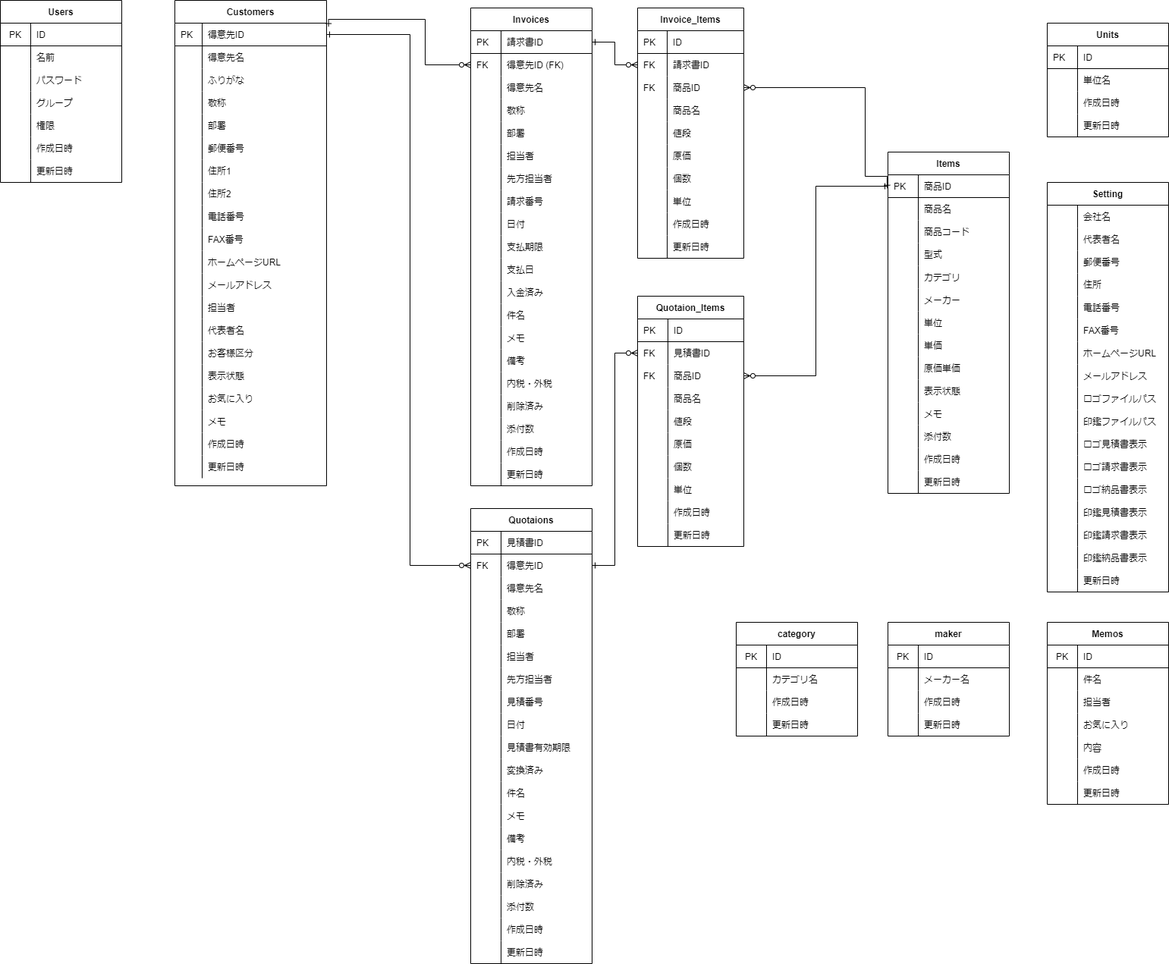
Above: soho_er.png in gamasenninn/caddie-clone (draw.io), before the change. Source tidied: cells renumbered, new cells last; positions are measured from the earlier drawing's top-left corner, leaving out a move shared by most shapes.
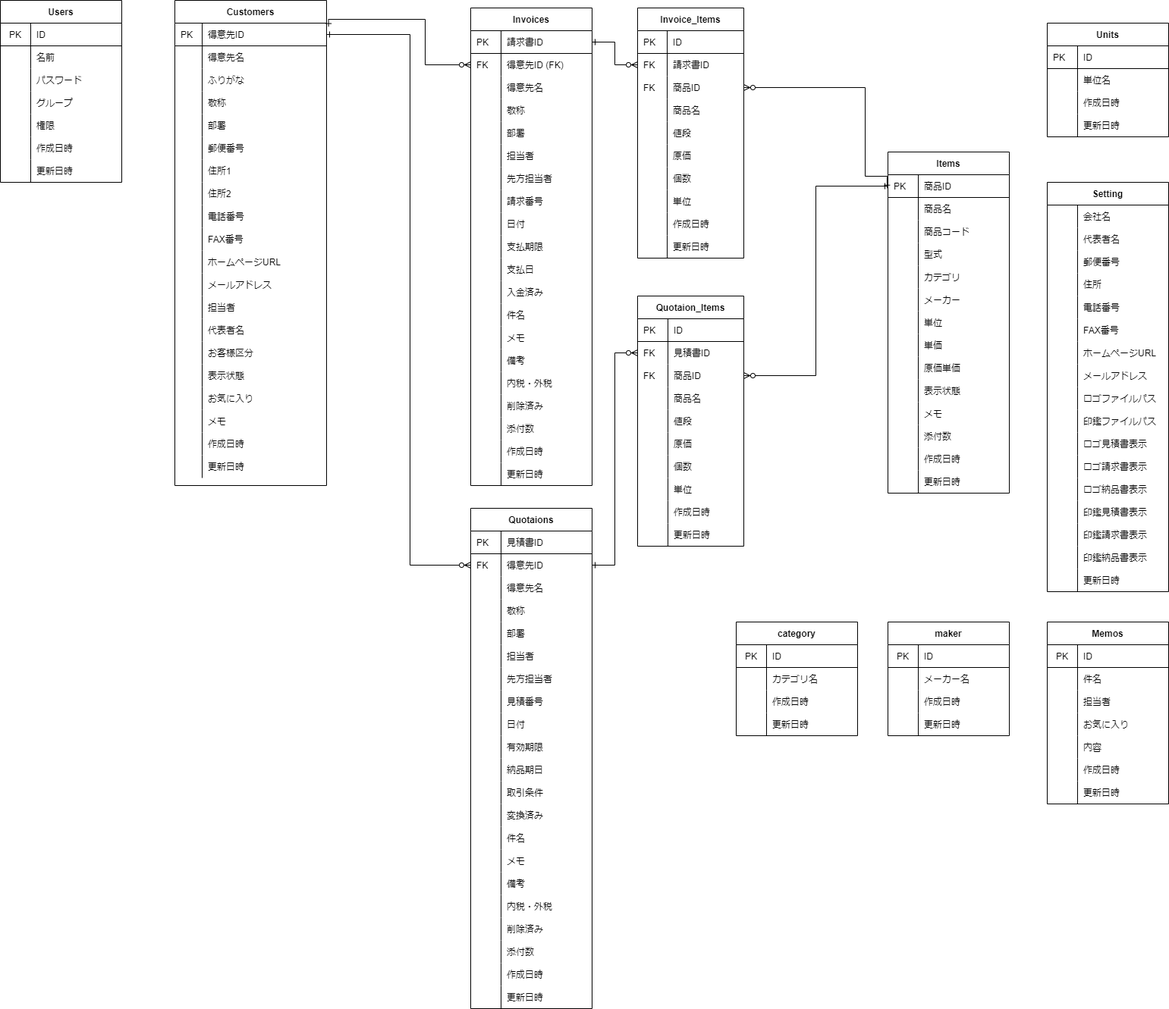
Later version of the same file.

The edit, as a diff of the source:
```diff
@@ -591,7 +591,7 @@
       <mxGeometry x="39" width="101" height="30" as="geometry" />
     </mxCell>
     <mxCell id="198" value="Quotaions" style="shape=table;startSize=30;rowLines=0;fontStyle=1;align=center;" parent="1" vertex="1">
-      <mxGeometry x="620" y="670" width="160" height="600" as="geometry" />
+      <mxGeometry x="620" y="670" width="160" height="660" as="geometry" />
     </mxCell>
     <mxCell id="199" style="shape=partialRectangle;html=1;whiteSpace=wrap;fillColor=none;top=0;left=0;bottom=1;right=0;" parent="198" vertex="1">
       <mxGeometry y="30" width="160" height="30" as="geometry" />
@@ -680,11 +680,29 @@
     <mxCell id="227" style="shape=partialRectangle;html=1;whiteSpace=wrap;fillColor=none;top=0;left=0;bottom=0;right=0;align=left;spacingLeft=6;overflow=hidden;" parent="226" vertex="1">
       <mxGeometry width="40" height="30" as="geometry" />
     </mxCell>
-    <mxCell id="228" value="見積書有効期限" style="shape=partialRectangle;html=1;whiteSpace=wrap;fillColor=none;top=0;left=0;bottom=0;right=0;align=left;spacingLeft=6;overflow=hidden;" parent="226" vertex="1">
+    <mxCell id="228" value="有効期限" style="shape=partialRectangle;html=1;whiteSpace=wrap;fillColor=none;top=0;left=0;bottom=0;right=0;align=left;spacingLeft=6;overflow=hidden;" parent="226" vertex="1">
       <mxGeometry x="40" width="120" height="30" as="geometry" />
     </mxCell>
+    <mxCell id="428" style="shape=partialRectangle;html=1;whiteSpace=wrap;fillColor=none;top=0;left=0;bottom=0;right=0;" parent="198" vertex="1">
+      <mxGeometry y="330" width="160" height="30" as="geometry" />
+    </mxCell>
+    <mxCell id="429" style="shape=partialRectangle;html=1;whiteSpace=wrap;fillColor=none;top=0;left=0;bottom=0;right=0;align=left;spacingLeft=6;overflow=hidden;" parent="428" vertex="1">
+      <mxGeometry width="40" height="30" as="geometry" />
+    </mxCell>
+    <mxCell id="430" value="納品期日" style="shape=partialRectangle;html=1;whiteSpace=wrap;fillColor=none;top=0;left=0;bottom=0;right=0;align=left;spacingLeft=6;overflow=hidden;" parent="428" vertex="1">
+      <mxGeometry x="40" width="120" height="30" as="geometry" />
+    </mxCell>
+    <mxCell id="431" style="shape=partialRectangle;html=1;whiteSpace=wrap;fillColor=none;top=0;left=0;bottom=0;right=0;" parent="198" vertex="1">
+      <mxGeometry y="360" width="160" height="30" as="geometry" />
+    </mxCell>
+    <mxCell id="432" style="shape=partialRectangle;html=1;whiteSpace=wrap;fillColor=none;top=0;left=0;bottom=0;right=0;align=left;spacingLeft=6;overflow=hidden;" parent="431" vertex="1">
+      <mxGeometry width="40" height="30" as="geometry" />
+    </mxCell>
+    <mxCell id="433" value="取引条件" style="shape=partialRectangle;html=1;whiteSpace=wrap;fillColor=none;top=0;left=0;bottom=0;right=0;align=left;spacingLeft=6;overflow=hidden;" parent="431" vertex="1">
+      <mxGeometry x="40" width="120" height="30" as="geometry" />
+    </mxCell>
     <mxCell id="229" style="shape=partialRectangle;html=1;whiteSpace=wrap;fillColor=none;top=0;left=0;bottom=0;right=0;" parent="198" vertex="1">
-      <mxGeometry y="330" width="160" height="30" as="geometry" />
+      <mxGeometry y="390" width="160" height="30" as="geometry" />
     </mxCell>
     <mxCell id="230" style="shape=partialRectangle;html=1;whiteSpace=wrap;fillColor=none;top=0;left=0;bottom=0;right=0;align=left;spacingLeft=6;overflow=hidden;" parent="229" vertex="1">
       <mxGeometry width="40" height="30" as="geometry" />
@@ -693,7 +711,7 @@
       <mxGeometry x="40" width="120" height="30" as="geometry" />
     </mxCell>
     <mxCell id="232" style="shape=partialRectangle;html=1;whiteSpace=wrap;fillColor=none;top=0;left=0;bottom=0;right=0;" parent="198" vertex="1">
-      <mxGeometry y="360" width="160" height="30" as="geometry" />
+      <mxGeometry y="420" width="160" height="30" as="geometry" />
     </mxCell>
     <mxCell id="233" style="shape=partialRectangle;html=1;whiteSpace=wrap;fillColor=none;top=0;left=0;bottom=0;right=0;align=left;spacingLeft=6;overflow=hidden;" parent="232" vertex="1">
       <mxGeometry width="40" height="30" as="geometry" />
@@ -702,7 +720,7 @@
       <mxGeometry x="40" width="120" height="30" as="geometry" />
     </mxCell>
     <mxCell id="235" style="shape=partialRectangle;html=1;whiteSpace=wrap;fillColor=none;top=0;left=0;bottom=0;right=0;" parent="198" vertex="1">
-      <mxGeometry y="390" width="160" height="30" as="geometry" />
+      <mxGeometry y="450" width="160" height="30" as="geometry" />
     </mxCell>
     <mxCell id="236" style="shape=partialRectangle;html=1;whiteSpace=wrap;fillColor=none;top=0;left=0;bottom=0;right=0;align=left;spacingLeft=6;overflow=hidden;" parent="235" vertex="1">
       <mxGeometry width="40" height="30" as="geometry" />
@@ -711,7 +729,7 @@
       <mxGeometry x="40" width="120" height="30" as="geometry" />
     </mxCell>
     <mxCell id="238" style="shape=partialRectangle;html=1;whiteSpace=wrap;fillColor=none;top=0;left=0;bottom=0;right=0;" parent="198" vertex="1">
-      <mxGeometry y="420" width="160" height="30" as="geometry" />
+      <mxGeometry y="480" width="160" height="30" as="geometry" />
     </mxCell>
     <mxCell id="239" style="shape=partialRectangle;html=1;whiteSpace=wrap;fillColor=none;top=0;left=0;bottom=0;right=0;align=left;spacingLeft=6;overflow=hidden;" parent="238" vertex="1">
       <mxGeometry width="40" height="30" as="geometry" />
@@ -720,7 +738,7 @@
       <mxGeometry x="40" width="120" height="30" as="geometry" />
     </mxCell>
     <mxCell id="241" style="shape=partialRectangle;html=1;whiteSpace=wrap;fillColor=none;top=0;left=0;bottom=0;right=0;" parent="198" vertex="1">
-      <mxGeometry y="450" width="160" height="30" as="geometry" />
+      <mxGeometry y="510" width="160" height="30" as="geometry" />
     </mxCell>
     <mxCell id="242" style="shape=partialRectangle;html=1;whiteSpace=wrap;fillColor=none;top=0;left=0;bottom=0;right=0;align=left;spacingLeft=6;overflow=hidden;" parent="241" vertex="1">
       <mxGeometry width="40" height="30" as="geometry" />
@@ -729,7 +747,7 @@
       <mxGeometry x="40" width="120" height="30" as="geometry" />
     </mxCell>
     <mxCell id="244" style="shape=partialRectangle;html=1;whiteSpace=wrap;fillColor=none;top=0;left=0;bottom=0;right=0;" parent="198" vertex="1">
-      <mxGeometry y="480" width="160" height="30" as="geometry" />
+      <mxGeometry y="540" width="160" height="30" as="geometry" />
     </mxCell>
     <mxCell id="245" style="shape=partialRectangle;html=1;whiteSpace=wrap;fillColor=none;top=0;left=0;bottom=0;right=0;align=left;spacingLeft=6;overflow=hidden;" parent="244" vertex="1">
       <mxGeometry width="40" height="30" as="geometry" />
@@ -738,7 +756,7 @@
       <mxGeometry x="40" width="120" height="30" as="geometry" />
     </mxCell>
     <mxCell id="247" style="shape=partialRectangle;html=1;whiteSpace=wrap;fillColor=none;top=0;left=0;bottom=0;right=0;" parent="198" vertex="1">
-      <mxGeometry y="510" width="160" height="30" as="geometry" />
+      <mxGeometry y="570" width="160" height="30" as="geometry" />
     </mxCell>
     <mxCell id="248" style="shape=partialRectangle;html=1;whiteSpace=wrap;fillColor=none;top=0;left=0;bottom=0;right=0;align=left;spacingLeft=6;overflow=hidden;" parent="247" vertex="1">
       <mxGeometry width="40" height="30" as="geometry" />
@@ -747,7 +765,7 @@
       <mxGeometry x="40" width="120" height="30" as="geometry" />
     </mxCell>
     <mxCell id="250" style="shape=partialRectangle;html=1;whiteSpace=wrap;fillColor=none;top=0;left=0;bottom=0;right=0;" parent="198" vertex="1">
-      <mxGeometry y="540" width="160" height="30" as="geometry" />
+      <mxGeometry y="600" width="160" height="30" as="geometry" />
     </mxCell>
     <mxCell id="251" style="shape=partialRectangle;html=1;whiteSpace=wrap;fillColor=none;top=0;left=0;bottom=0;right=0;align=left;spacingLeft=6;overflow=hidden;" parent="250" vertex="1">
       <mxGeometry width="40" height="30" as="geometry" />
@@ -756,7 +774,7 @@
       <mxGeometry x="40" width="120" height="30" as="geometry" />
     </mxCell>
     <mxCell id="253" style="shape=partialRectangle;html=1;whiteSpace=wrap;fillColor=none;top=0;left=0;bottom=0;right=0;" parent="198" vertex="1">
-      <mxGeometry y="570" width="160" height="30" as="geometry" />
+      <mxGeometry y="630" width="160" height="30" as="geometry" />
     </mxCell>
     <mxCell id="254" style="shape=partialRectangle;html=1;whiteSpace=wrap;fillColor=none;top=0;left=0;bottom=0;right=0;align=left;spacingLeft=6;overflow=hidden;" parent="253" vertex="1">
       <mxGeometry width="40" height="30" as="geometry" />
```
